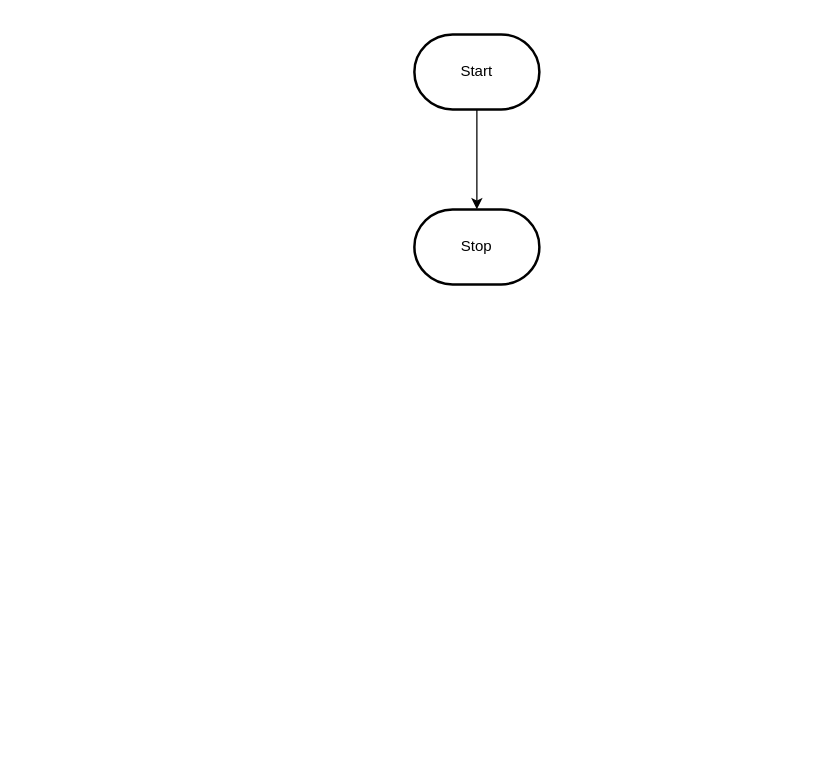
This is design/flowchart.drawio from MTHS-TEJ2O-1-2023/TEJ2O-Unit-2-12-Julianne-Leblanc-Peltier, a draw.io file, before an edit. Source tidied: cells renumbered, new cells numbered last; positions are measured from the earlier drawing's top-left corner, leaving out a move shared by most shapes. Both pictures are drawn from the tidied source at 125%, with x=0, y=0 at pixel (414, 34).
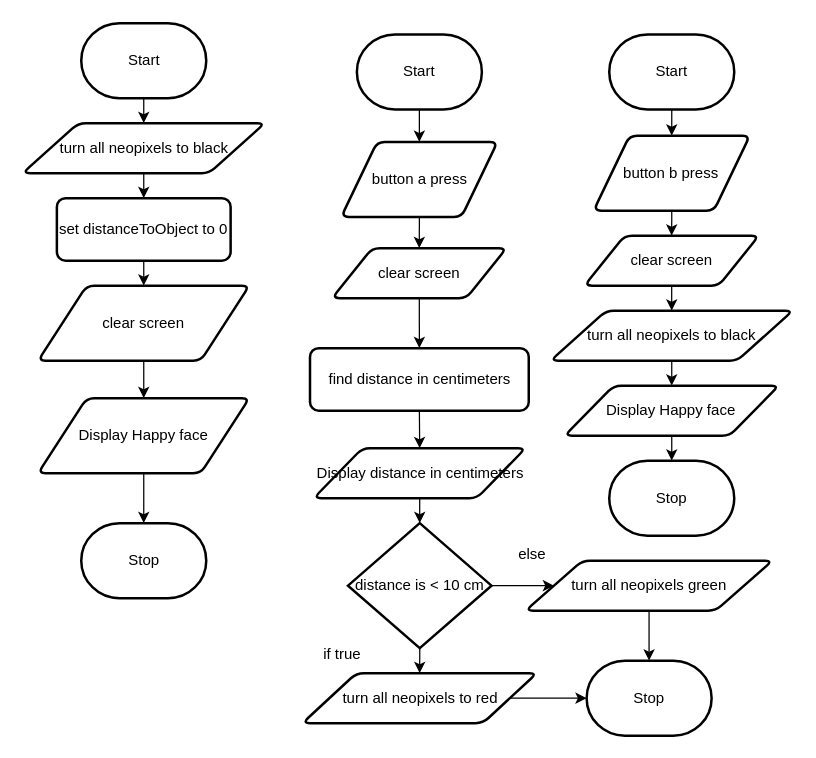
Above is the later version.

What changed in the source:
```diff
@@
-    <mxCell id="2" style="edgeStyle=orthogonalEdgeStyle;html=1;rounded=0;" parent="1" edge="1" source="3" target="4">
+    <mxCell id="2" style="edgeStyle=orthogonalEdgeStyle;html=1;rounded=0;startArrow=none;" parent="1" edge="1" source="28" target="4">
       <mxGeometry relative="1" as="geometry" />
     </mxCell>
+    <mxCell id="5" style="edgeStyle=none;rounded=0;html=1;exitX=0.5;exitY=1;exitDx=0;exitDy=0;exitPerimeter=0;entryX=0.5;entryY=0;entryDx=0;entryDy=0;endArrow=classic;endFill=1;" parent="1" edge="1" source="3" target="40">
+      <mxGeometry relative="1" as="geometry" />
+    </mxCell>
     <mxCell id="3" value="Start" style="strokeWidth=2;html=1;shape=mxgraph.flowchart.terminator;whiteSpace=wrap;" parent="1" vertex="1">
-      <mxGeometry width="100" height="60" as="geometry" />
+      <mxGeometry x="-266.5" y="-9" width="100" height="60" as="geometry" />
     </mxCell>
     <mxCell id="4" value="Stop" style="strokeWidth=2;html=1;shape=mxgraph.flowchart.terminator;whiteSpace=wrap;" parent="1" vertex="1">
-      <mxGeometry y="140" width="100" height="60" as="geometry" />
+      <mxGeometry x="-266.5" y="391" width="100" height="60" as="geometry" />
     </mxCell>
+    <mxCell id="6" style="edgeStyle=none;rounded=0;html=1;exitX=0.5;exitY=1;exitDx=0;exitDy=0;entryX=0.5;entryY=0;entryDx=0;entryDy=0;endArrow=classic;endFill=1;" parent="1" edge="1" source="7" target="9">
+      <mxGeometry relative="1" as="geometry" />
+    </mxCell>
+    <mxCell id="7" value="set distanceToObject to 0" style="rounded=1;whiteSpace=wrap;html=1;absoluteArcSize=1;arcSize=14;strokeWidth=2;" parent="1" vertex="1">
+      <mxGeometry x="-286" y="131" width="139" height="50" as="geometry" />
+    </mxCell>
+    <mxCell id="8" style="edgeStyle=none;rounded=0;html=1;exitX=0.5;exitY=1;exitDx=0;exitDy=0;entryX=0.5;entryY=0;entryDx=0;entryDy=0;endArrow=classic;endFill=1;" parent="1" edge="1" source="9" target="28">
+      <mxGeometry relative="1" as="geometry" />
+    </mxCell>
+    <mxCell id="9" value="clear screen" style="shape=parallelogram;html=1;strokeWidth=2;perimeter=parallelogramPerimeter;whiteSpace=wrap;rounded=1;arcSize=12;size=0.23;" parent="1" vertex="1">
+      <mxGeometry x="-301" y="201" width="169" height="60" as="geometry" />
+    </mxCell>
+    <mxCell id="10" style="edgeStyle=none;html=1;exitX=0.5;exitY=1;exitDx=0;exitDy=0;exitPerimeter=0;entryX=0.5;entryY=0;entryDx=0;entryDy=0;" parent="1" edge="1" source="11" target="14">
+      <mxGeometry relative="1" as="geometry" />
+    </mxCell>
+    <mxCell id="11" value="Start" style="strokeWidth=2;html=1;shape=mxgraph.flowchart.terminator;whiteSpace=wrap;" parent="1" vertex="1">
+      <mxGeometry x="-46" width="100" height="60" as="geometry" />
+    </mxCell>
+    <mxCell id="12" value="Stop" style="strokeWidth=2;html=1;shape=mxgraph.flowchart.terminator;whiteSpace=wrap;" parent="1" vertex="1">
+      <mxGeometry x="137.8" y="501" width="100" height="60" as="geometry" />
+    </mxCell>
+    <mxCell id="13" style="edgeStyle=none;html=1;exitX=0.5;exitY=1;exitDx=0;exitDy=0;entryX=0.5;entryY=0;entryDx=0;entryDy=0;" parent="1" edge="1" source="14" target="18">
+      <mxGeometry relative="1" as="geometry" />
+    </mxCell>
+    <mxCell id="14" value="button a press" style="shape=parallelogram;html=1;strokeWidth=2;perimeter=parallelogramPerimeter;whiteSpace=wrap;rounded=1;arcSize=12;size=0.23;" parent="1" vertex="1">
+      <mxGeometry x="-58.5" y="86" width="125" height="60" as="geometry" />
+    </mxCell>
+    <mxCell id="15" style="edgeStyle=none;html=1;exitX=0.5;exitY=1;exitDx=0;exitDy=0;entryX=0.5;entryY=0;entryDx=0;entryDy=0;" parent="1" edge="1" source="16" target="20">
+      <mxGeometry relative="1" as="geometry" />
+    </mxCell>
+    <mxCell id="16" value="find distance in centimeters" style="rounded=1;whiteSpace=wrap;html=1;absoluteArcSize=1;arcSize=14;strokeWidth=2;" parent="1" vertex="1">
+      <mxGeometry x="-83.5" y="251" width="175" height="50" as="geometry" />
+    </mxCell>
+    <mxCell id="17" style="edgeStyle=none;html=1;exitX=0.5;exitY=1;exitDx=0;exitDy=0;entryX=0.5;entryY=0;entryDx=0;entryDy=0;" parent="1" edge="1" source="18" target="16">
+      <mxGeometry relative="1" as="geometry" />
+    </mxCell>
+    <mxCell id="18" value="clear screen" style="shape=parallelogram;html=1;strokeWidth=2;perimeter=parallelogramPerimeter;whiteSpace=wrap;rounded=1;arcSize=12;size=0.23;" parent="1" vertex="1">
+      <mxGeometry x="-65.8" y="171" width="139.5" height="40" as="geometry" />
+    </mxCell>
+    <mxCell id="19" style="edgeStyle=none;html=1;exitX=0.5;exitY=1;exitDx=0;exitDy=0;entryX=0.5;entryY=0;entryDx=0;entryDy=0;entryPerimeter=0;" parent="1" edge="1" source="20" target="23">
+      <mxGeometry relative="1" as="geometry" />
+    </mxCell>
+    <mxCell id="20" value="Display distance in centimeters" style="shape=parallelogram;html=1;strokeWidth=2;perimeter=parallelogramPerimeter;whiteSpace=wrap;rounded=1;arcSize=12;size=0.23;" parent="1" vertex="1">
+      <mxGeometry x="-80.5" y="331" width="169.5" height="40" as="geometry" />
+    </mxCell>
+    <mxCell id="21" style="edgeStyle=none;html=1;exitX=0.5;exitY=1;exitDx=0;exitDy=0;exitPerimeter=0;entryX=0.5;entryY=0;entryDx=0;entryDy=0;" parent="1" edge="1" source="23" target="25">
+      <mxGeometry relative="1" as="geometry" />
+    </mxCell>
+    <mxCell id="22" style="edgeStyle=none;html=1;exitX=1;exitY=0.5;exitDx=0;exitDy=0;exitPerimeter=0;entryX=0;entryY=0.5;entryDx=0;entryDy=0;" parent="1" edge="1" source="23" target="27">
+      <mxGeometry relative="1" as="geometry" />
+    </mxCell>
+    <mxCell id="23" value="distance is &amp;lt; 10 cm" style="strokeWidth=2;html=1;shape=mxgraph.flowchart.decision;whiteSpace=wrap;" parent="1" vertex="1">
+      <mxGeometry x="-53.1" y="391" width="114.8" height="100" as="geometry" />
+    </mxCell>
+    <mxCell id="24" style="edgeStyle=none;rounded=0;html=1;exitX=1;exitY=0.5;exitDx=0;exitDy=0;entryX=0;entryY=0.5;entryDx=0;entryDy=0;entryPerimeter=0;endArrow=classic;endFill=1;" parent="1" edge="1" source="25" target="12">
+      <mxGeometry relative="1" as="geometry" />
+    </mxCell>
+    <mxCell id="25" value="turn all neopixels to red" style="shape=parallelogram;html=1;strokeWidth=2;perimeter=parallelogramPerimeter;whiteSpace=wrap;rounded=1;arcSize=12;size=0.23;" parent="1" vertex="1">
+      <mxGeometry x="-89.5" y="511" width="187.5" height="40" as="geometry" />
+    </mxCell>
+    <mxCell id="26" style="edgeStyle=none;rounded=0;html=1;exitX=0.5;exitY=1;exitDx=0;exitDy=0;endArrow=classic;endFill=1;" parent="1" edge="1" source="27" target="12">
+      <mxGeometry relative="1" as="geometry" />
+    </mxCell>
+    <mxCell id="27" value="turn all neopixels green" style="shape=parallelogram;html=1;strokeWidth=2;perimeter=parallelogramPerimeter;whiteSpace=wrap;rounded=1;arcSize=12;size=0.23;" parent="1" vertex="1">
+      <mxGeometry x="89" y="421" width="197.5" height="40" as="geometry" />
+    </mxCell>
+    <mxCell id="28" value="Display Happy face" style="shape=parallelogram;html=1;strokeWidth=2;perimeter=parallelogramPerimeter;whiteSpace=wrap;rounded=1;arcSize=12;size=0.23;" parent="1" vertex="1">
+      <mxGeometry x="-301" y="291" width="169" height="60" as="geometry" />
+    </mxCell>
+    <mxCell id="29" value="if true" style="text;html=1;align=center;verticalAlign=middle;strokeColor=none;fillColor=none;" parent="1" vertex="1">
+      <mxGeometry x="-83.5" y="481" width="50" height="30" as="geometry" />
+    </mxCell>
+    <mxCell id="30" value="else" style="text;html=1;align=center;verticalAlign=middle;strokeColor=none;fillColor=none;" parent="1" vertex="1">
+      <mxGeometry x="69" y="401" width="50" height="30" as="geometry" />
+    </mxCell>
+    <mxCell id="31" style="edgeStyle=none;rounded=0;html=1;exitX=0.5;exitY=1;exitDx=0;exitDy=0;exitPerimeter=0;entryX=0.5;entryY=0;entryDx=0;entryDy=0;endArrow=classic;endFill=1;" parent="1" edge="1" source="32" target="34">
+      <mxGeometry relative="1" as="geometry" />
+    </mxCell>
+    <mxCell id="32" value="Start" style="strokeWidth=2;html=1;shape=mxgraph.flowchart.terminator;whiteSpace=wrap;" parent="1" vertex="1">
+      <mxGeometry x="155.9" width="100" height="60" as="geometry" />
+    </mxCell>
+    <mxCell id="33" style="edgeStyle=none;rounded=0;html=1;exitX=0.5;exitY=1;exitDx=0;exitDy=0;entryX=0.5;entryY=0;entryDx=0;entryDy=0;endArrow=classic;endFill=1;" parent="1" edge="1" source="34" target="36">
+      <mxGeometry relative="1" as="geometry" />
+    </mxCell>
+    <mxCell id="34" value="button b press" style="shape=parallelogram;html=1;strokeWidth=2;perimeter=parallelogramPerimeter;whiteSpace=wrap;rounded=1;arcSize=12;size=0.23;" parent="1" vertex="1">
+      <mxGeometry x="143.4" y="81" width="125" height="60" as="geometry" />
+    </mxCell>
+    <mxCell id="35" style="edgeStyle=none;rounded=0;html=1;exitX=0.5;exitY=1;exitDx=0;exitDy=0;entryX=0.5;entryY=0;entryDx=0;entryDy=0;endArrow=classic;endFill=1;" parent="1" edge="1" source="36" target="38">
+      <mxGeometry relative="1" as="geometry" />
+    </mxCell>
+    <mxCell id="36" value="clear screen" style="shape=parallelogram;html=1;strokeWidth=2;perimeter=parallelogramPerimeter;whiteSpace=wrap;rounded=1;arcSize=12;size=0.23;" parent="1" vertex="1">
+      <mxGeometry x="136.1" y="161" width="139.5" height="40" as="geometry" />
+    </mxCell>
+    <mxCell id="37" style="edgeStyle=none;rounded=0;html=1;exitX=0.5;exitY=1;exitDx=0;exitDy=0;entryX=0.5;entryY=0;entryDx=0;entryDy=0;endArrow=classic;endFill=1;" parent="1" edge="1" source="38" target="42">
+      <mxGeometry relative="1" as="geometry" />
+    </mxCell>
+    <mxCell id="38" value="turn all neopixels to black" style="shape=parallelogram;html=1;strokeWidth=2;perimeter=parallelogramPerimeter;whiteSpace=wrap;rounded=1;arcSize=12;size=0.23;" parent="1" vertex="1">
+      <mxGeometry x="109" y="221" width="193.8" height="40" as="geometry" />
+    </mxCell>
+    <mxCell id="39" style="edgeStyle=none;rounded=0;html=1;exitX=0.5;exitY=1;exitDx=0;exitDy=0;entryX=0.5;entryY=0;entryDx=0;entryDy=0;endArrow=classic;endFill=1;" parent="1" edge="1" source="40" target="7">
+      <mxGeometry relative="1" as="geometry" />
+    </mxCell>
+    <mxCell id="40" value="turn all neopixels to black" style="shape=parallelogram;html=1;strokeWidth=2;perimeter=parallelogramPerimeter;whiteSpace=wrap;rounded=1;arcSize=12;size=0.23;" parent="1" vertex="1">
+      <mxGeometry x="-313.4" y="71" width="193.8" height="40" as="geometry" />
+    </mxCell>
+    <mxCell id="41" style="edgeStyle=none;rounded=0;html=1;exitX=0.5;exitY=1;exitDx=0;exitDy=0;entryX=0.5;entryY=0;entryDx=0;entryDy=0;entryPerimeter=0;endArrow=classic;endFill=1;" parent="1" edge="1" source="42" target="43">
+      <mxGeometry relative="1" as="geometry" />
+    </mxCell>
+    <mxCell id="42" value="Display Happy face" style="shape=parallelogram;html=1;strokeWidth=2;perimeter=parallelogramPerimeter;whiteSpace=wrap;rounded=1;arcSize=12;size=0.23;" parent="1" vertex="1">
+      <mxGeometry x="120.2" y="281" width="171.4" height="40" as="geometry" />
+    </mxCell>
+    <mxCell id="43" value="Stop" style="strokeWidth=2;html=1;shape=mxgraph.flowchart.terminator;whiteSpace=wrap;" parent="1" vertex="1">
+      <mxGeometry x="155.9" y="341" width="100" height="60" as="geometry" />
+    </mxCell>
```
